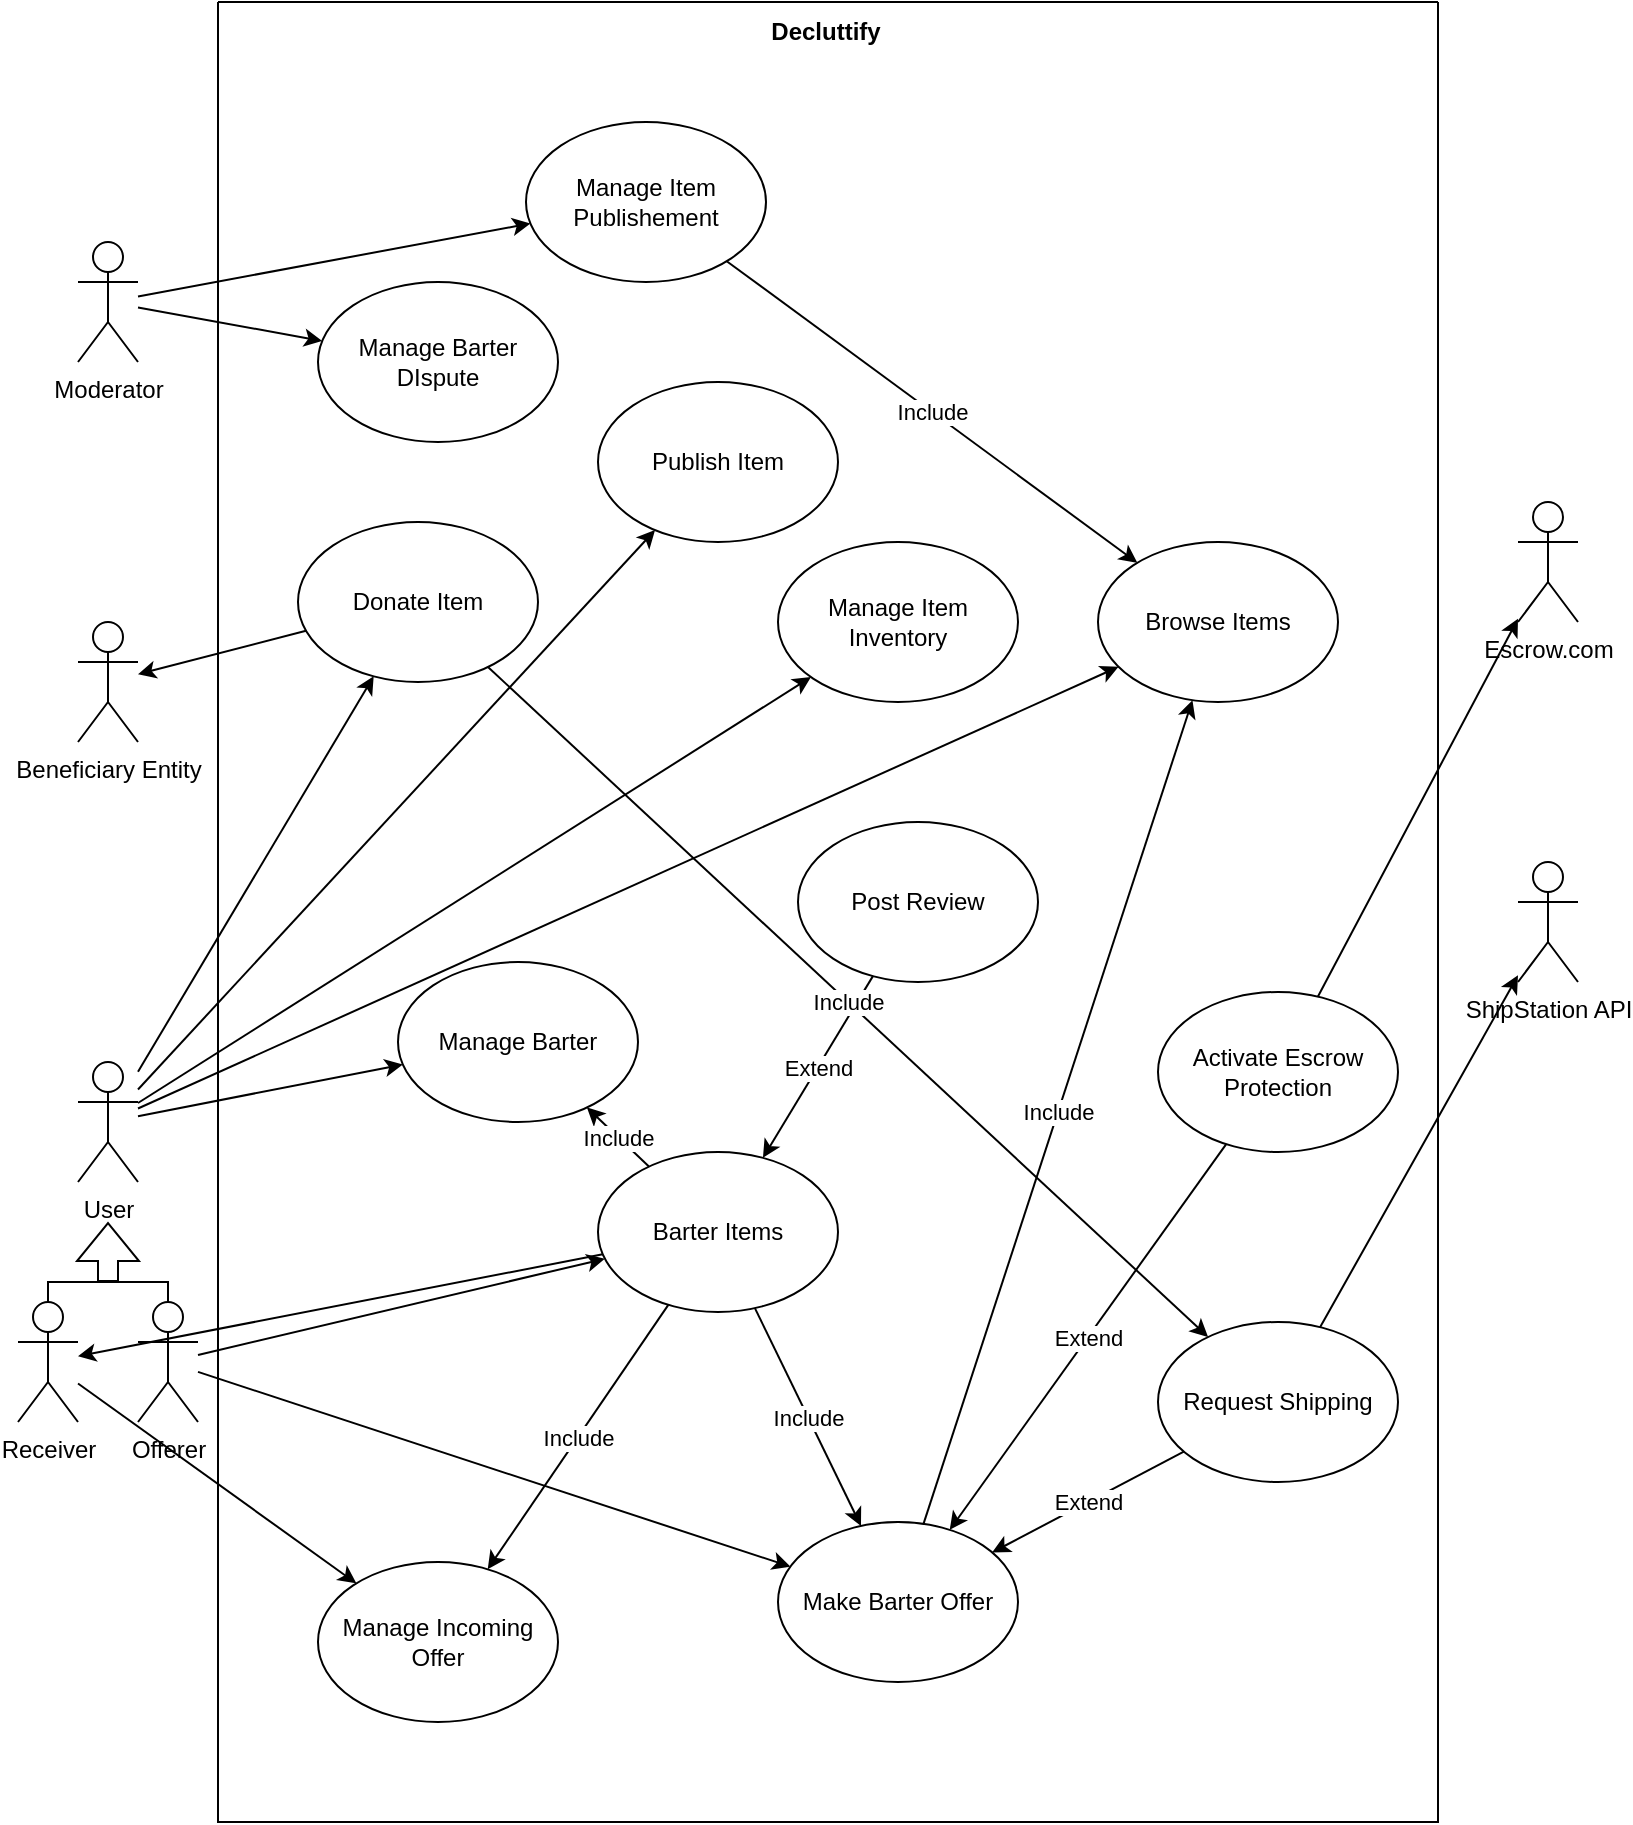
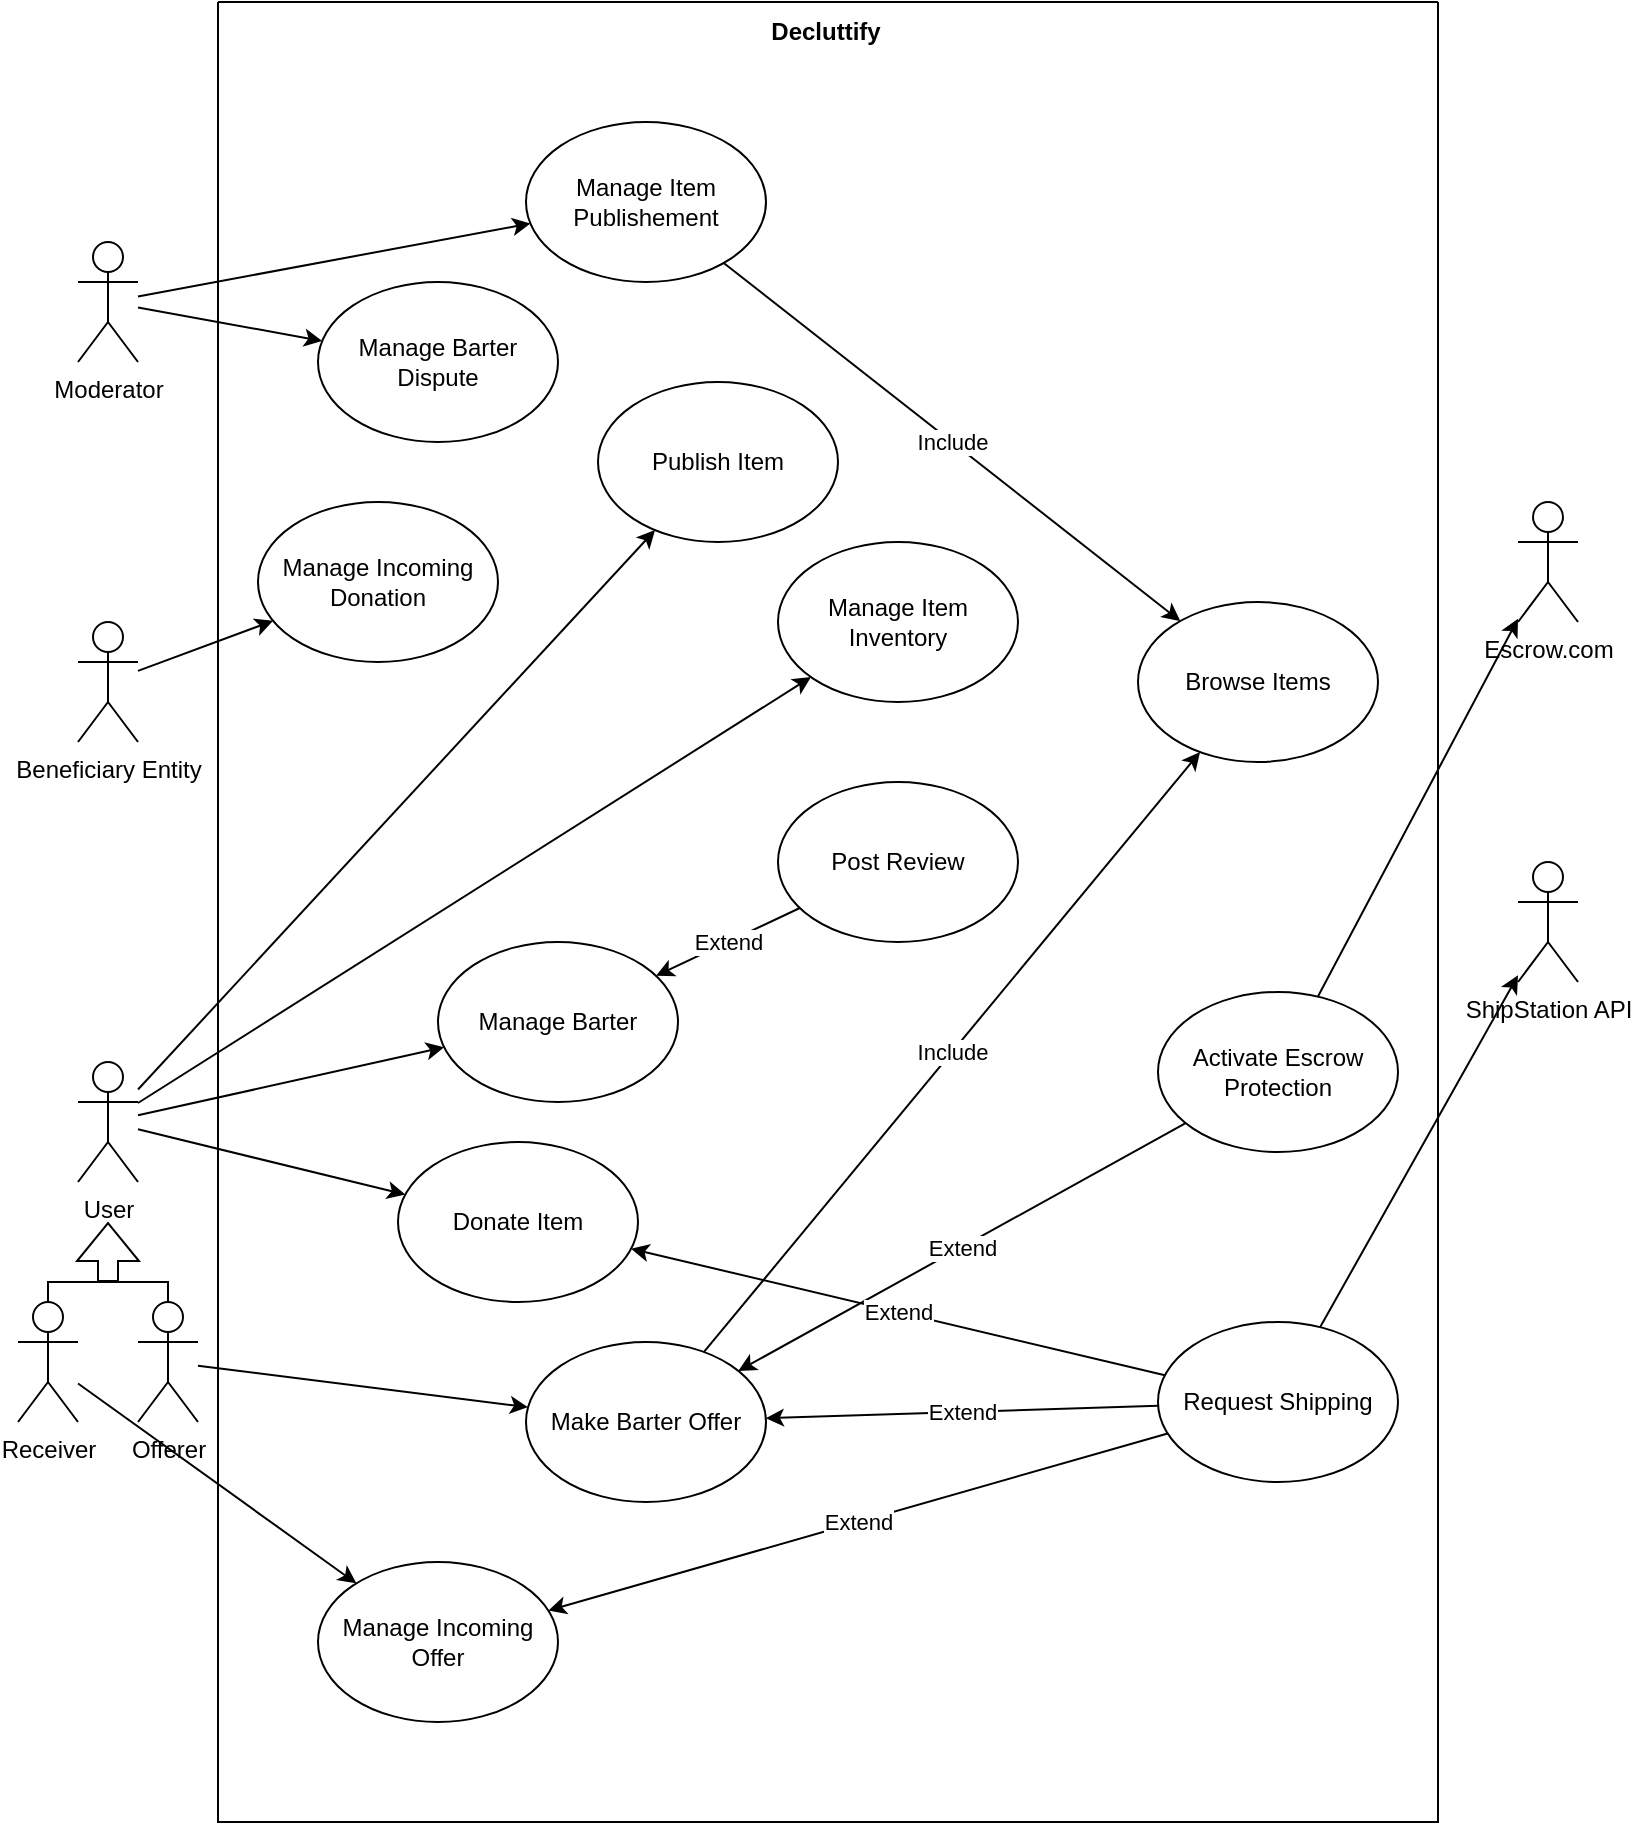
<mxfile host="app.diagrams.net">
  <diagram name="Pagina-1" id="lBEZxqTGqjM1sgic3xvy">
    <mxGraphModel dx="2000" dy="1138" grid="1" gridSize="10" guides="1" tooltips="1" connect="1" arrows="1" fold="1" page="1" pageScale="1" pageWidth="827" pageHeight="1169" math="0" shadow="0">
      <root>
        <mxCell id="0" />
        <mxCell id="1" parent="0" />
        <mxCell id="J09ckFeXd-orHBUEzoB2-1" parent="1" style="swimlane;startSize=0;" value="" vertex="1">
          <mxGeometry height="910" width="610" x="110" y="140" as="geometry" />
        </mxCell>
        <mxCell id="J09ckFeXd-orHBUEzoB2-2" parent="J09ckFeXd-orHBUEzoB2-1" style="text;html=1;whiteSpace=wrap;strokeColor=none;fillColor=none;align=center;verticalAlign=middle;rounded=0;" value="&lt;b&gt;Decluttify&lt;/b&gt;" vertex="1">
          <mxGeometry height="30" width="60" x="274" as="geometry" />
        </mxCell>
-         <mxCell id="J09ckFeXd-orHBUEzoB2-8" parent="J09ckFeXd-orHBUEzoB2-1" style="ellipse;whiteSpace=wrap;html=1;" value="Barter Items" vertex="1">
-           <mxGeometry height="80" width="120" x="190" y="575" as="geometry" />
-         </mxCell>
        <mxCell id="J09ckFeXd-orHBUEzoB2-9" parent="J09ckFeXd-orHBUEzoB2-1" style="ellipse;whiteSpace=wrap;html=1;" value="Publish Item" vertex="1">
          <mxGeometry height="80" width="120" x="190" y="190" as="geometry" />
        </mxCell>
        <mxCell id="J09ckFeXd-orHBUEzoB2-18" parent="J09ckFeXd-orHBUEzoB2-1" style="ellipse;whiteSpace=wrap;html=1;" value="Request Shipping" vertex="1">
          <mxGeometry height="80" width="120" x="470" y="660" as="geometry" />
        </mxCell>
        <mxCell id="J09ckFeXd-orHBUEzoB2-12" parent="J09ckFeXd-orHBUEzoB2-1" style="ellipse;whiteSpace=wrap;html=1;" value="Activate Escrow Protection" vertex="1">
          <mxGeometry height="80" width="120" x="470" y="495" as="geometry" />
        </mxCell>
        <mxCell id="J09ckFeXd-orHBUEzoB2-29" parent="J09ckFeXd-orHBUEzoB2-1" style="ellipse;whiteSpace=wrap;html=1;" value="Donate Item" vertex="1">
-           <mxGeometry height="80" width="120" x="40" y="260" as="geometry" />
+           <mxGeometry height="80" width="120" x="90" y="570" as="geometry" />
        </mxCell>
        <mxCell id="J09ckFeXd-orHBUEzoB2-31" parent="J09ckFeXd-orHBUEzoB2-1" style="ellipse;whiteSpace=wrap;html=1;" value="Manage Item Inventory" vertex="1">
          <mxGeometry height="80" width="120" x="280" y="270" as="geometry" />
        </mxCell>
        <mxCell id="J09ckFeXd-orHBUEzoB2-11" parent="J09ckFeXd-orHBUEzoB2-1" style="ellipse;whiteSpace=wrap;html=1;" value="Make Barter Offer" vertex="1">
-           <mxGeometry height="80" width="120" x="280" y="760" as="geometry" />
+           <mxGeometry height="80" width="120" x="154" y="670" as="geometry" />
        </mxCell>
        <mxCell id="J09ckFeXd-orHBUEzoB2-32" parent="J09ckFeXd-orHBUEzoB2-1" style="ellipse;whiteSpace=wrap;html=1;" value="Manage Barter" vertex="1">
-           <mxGeometry height="80" width="120" x="90" y="480" as="geometry" />
+           <mxGeometry height="80" width="120" x="110" y="470" as="geometry" />
        </mxCell>
        <mxCell id="J09ckFeXd-orHBUEzoB2-19" parent="J09ckFeXd-orHBUEzoB2-1" style="ellipse;whiteSpace=wrap;html=1;" value="Browse Items" vertex="1">
-           <mxGeometry height="80" width="120" x="440" y="270" as="geometry" />
+           <mxGeometry height="80" width="120" x="460" y="300" as="geometry" />
        </mxCell>
        <mxCell id="J09ckFeXd-orHBUEzoB2-49" edge="1" parent="J09ckFeXd-orHBUEzoB2-1" source="J09ckFeXd-orHBUEzoB2-17" style="endArrow=classic;html=1;rounded=0;" target="J09ckFeXd-orHBUEzoB2-19" value="">
          <mxGeometry relative="1" as="geometry">
            <mxPoint x="60" y="500" as="sourcePoint" />
            <mxPoint x="160" y="500" as="targetPoint" />
          </mxGeometry>
        </mxCell>
        <mxCell id="J09ckFeXd-orHBUEzoB2-50" connectable="0" parent="J09ckFeXd-orHBUEzoB2-49" style="edgeLabel;resizable=0;html=1;;align=center;verticalAlign=middle;" value="Include" vertex="1">
          <mxGeometry relative="1" as="geometry" />
        </mxCell>
        <mxCell id="J09ckFeXd-orHBUEzoB2-54" edge="1" parent="J09ckFeXd-orHBUEzoB2-1" source="J09ckFeXd-orHBUEzoB2-11" style="endArrow=classic;html=1;rounded=0;" target="J09ckFeXd-orHBUEzoB2-19" value="">
          <mxGeometry relative="1" as="geometry">
            <mxPoint x="330" y="852" as="sourcePoint" />
            <mxPoint x="400" y="680" as="targetPoint" />
          </mxGeometry>
        </mxCell>
        <mxCell id="J09ckFeXd-orHBUEzoB2-55" connectable="0" parent="J09ckFeXd-orHBUEzoB2-54" style="edgeLabel;resizable=0;html=1;;align=center;verticalAlign=middle;" value="Include" vertex="1">
          <mxGeometry relative="1" as="geometry" />
        </mxCell>
-         <mxCell id="J09ckFeXd-orHBUEzoB2-56" edge="1" parent="J09ckFeXd-orHBUEzoB2-1" source="J09ckFeXd-orHBUEzoB2-8" style="endArrow=classic;html=1;rounded=0;" target="J09ckFeXd-orHBUEzoB2-11" value="">
-           <mxGeometry relative="1" as="geometry">
-             <mxPoint x="280" y="912" as="sourcePoint" />
-             <mxPoint x="350" y="740" as="targetPoint" />
-           </mxGeometry>
-         </mxCell>
-         <mxCell id="J09ckFeXd-orHBUEzoB2-57" connectable="0" parent="J09ckFeXd-orHBUEzoB2-56" style="edgeLabel;resizable=0;html=1;;align=center;verticalAlign=middle;" value="Include" vertex="1">
-           <mxGeometry relative="1" as="geometry" />
-         </mxCell>
        <mxCell id="J09ckFeXd-orHBUEzoB2-58" edge="1" parent="J09ckFeXd-orHBUEzoB2-1" source="J09ckFeXd-orHBUEzoB2-12" style="endArrow=classic;html=1;rounded=0;" target="J09ckFeXd-orHBUEzoB2-11" value="">
          <mxGeometry relative="1" as="geometry">
            <mxPoint x="350" y="962" as="sourcePoint" />
            <mxPoint x="420" y="790" as="targetPoint" />
          </mxGeometry>
        </mxCell>
        <mxCell id="J09ckFeXd-orHBUEzoB2-59" connectable="0" parent="J09ckFeXd-orHBUEzoB2-58" style="edgeLabel;resizable=0;html=1;;align=center;verticalAlign=middle;" value="Extend" vertex="1">
          <mxGeometry relative="1" as="geometry" />
        </mxCell>
        <mxCell id="J09ckFeXd-orHBUEzoB2-61" edge="1" parent="J09ckFeXd-orHBUEzoB2-1" source="J09ckFeXd-orHBUEzoB2-18" style="endArrow=classic;html=1;rounded=0;" target="J09ckFeXd-orHBUEzoB2-11" value="">
          <mxGeometry relative="1" as="geometry">
            <mxPoint x="340" y="862" as="sourcePoint" />
            <mxPoint x="410" y="690" as="targetPoint" />
          </mxGeometry>
        </mxCell>
        <mxCell id="J09ckFeXd-orHBUEzoB2-62" connectable="0" parent="J09ckFeXd-orHBUEzoB2-61" style="edgeLabel;resizable=0;html=1;;align=center;verticalAlign=middle;" value="Extend" vertex="1">
          <mxGeometry relative="1" as="geometry" />
        </mxCell>
        <mxCell id="J09ckFeXd-orHBUEzoB2-63" parent="J09ckFeXd-orHBUEzoB2-1" style="ellipse;whiteSpace=wrap;html=1;" value="Post Review" vertex="1">
-           <mxGeometry height="80" width="120" x="290" y="410" as="geometry" />
-         </mxCell>
-         <mxCell id="J09ckFeXd-orHBUEzoB2-64" edge="1" parent="J09ckFeXd-orHBUEzoB2-1" source="J09ckFeXd-orHBUEzoB2-63" style="endArrow=classic;html=1;rounded=0;" target="J09ckFeXd-orHBUEzoB2-8" value="">
+           <mxGeometry height="80" width="120" x="280" y="390" as="geometry" />
+         </mxCell>
+         <mxCell id="J09ckFeXd-orHBUEzoB2-64" edge="1" parent="J09ckFeXd-orHBUEzoB2-1" source="J09ckFeXd-orHBUEzoB2-63" style="endArrow=classic;html=1;rounded=0;" target="J09ckFeXd-orHBUEzoB2-32" value="">
          <mxGeometry relative="1" as="geometry">
            <mxPoint x="414" y="818" as="sourcePoint" />
-             <mxPoint x="330" y="770" as="targetPoint" />
+             <mxPoint x="272.47707366301483" y="577.9128284560256" as="targetPoint" />
          </mxGeometry>
        </mxCell>
        <mxCell id="J09ckFeXd-orHBUEzoB2-65" connectable="0" parent="J09ckFeXd-orHBUEzoB2-64" style="edgeLabel;resizable=0;html=1;;align=center;verticalAlign=middle;" value="Extend" vertex="1">
-           <mxGeometry relative="1" as="geometry" />
-         </mxCell>
-         <mxCell id="J09ckFeXd-orHBUEzoB2-66" edge="1" parent="J09ckFeXd-orHBUEzoB2-1" source="J09ckFeXd-orHBUEzoB2-8" style="endArrow=classic;html=1;rounded=0;" target="J09ckFeXd-orHBUEzoB2-32" value="">
-           <mxGeometry relative="1" as="geometry">
-             <mxPoint x="310" y="710" as="sourcePoint" />
-             <mxPoint x="313" y="920" as="targetPoint" />
-           </mxGeometry>
-         </mxCell>
-         <mxCell id="J09ckFeXd-orHBUEzoB2-67" connectable="0" parent="J09ckFeXd-orHBUEzoB2-66" style="edgeLabel;resizable=0;html=1;;align=center;verticalAlign=middle;" value="Include" vertex="1">
          <mxGeometry relative="1" as="geometry" />
        </mxCell>
        <mxCell id="J09ckFeXd-orHBUEzoB2-17" parent="J09ckFeXd-orHBUEzoB2-1" style="ellipse;whiteSpace=wrap;html=1;" value="Manage Item Publishement" vertex="1">
          <mxGeometry height="80" width="120" x="154" y="60" as="geometry" />
        </mxCell>
-         <mxCell id="J09ckFeXd-orHBUEzoB2-119" parent="J09ckFeXd-orHBUEzoB2-1" style="ellipse;whiteSpace=wrap;html=1;" value="Manage Barter DIspute" vertex="1">
+         <mxCell id="J09ckFeXd-orHBUEzoB2-119" parent="J09ckFeXd-orHBUEzoB2-1" style="ellipse;whiteSpace=wrap;html=1;" value="Manage Barter Dispute" vertex="1">
          <mxGeometry height="80" width="120" x="50" y="140" as="geometry" />
-         </mxCell>
-         <mxCell id="J09ckFeXd-orHBUEzoB2-123" edge="1" parent="J09ckFeXd-orHBUEzoB2-1" source="J09ckFeXd-orHBUEzoB2-29" style="endArrow=classic;html=1;rounded=0;" target="J09ckFeXd-orHBUEzoB2-18" value="">
-           <mxGeometry relative="1" as="geometry">
-             <mxPoint x="370" y="842" as="sourcePoint" />
-             <mxPoint x="504" y="430" as="targetPoint" />
-           </mxGeometry>
-         </mxCell>
-         <mxCell id="J09ckFeXd-orHBUEzoB2-124" connectable="0" parent="J09ckFeXd-orHBUEzoB2-123" style="edgeLabel;resizable=0;html=1;;align=center;verticalAlign=middle;" value="Include" vertex="1">
-           <mxGeometry relative="1" as="geometry" />
        </mxCell>
        <mxCell id="J09ckFeXd-orHBUEzoB2-125" parent="J09ckFeXd-orHBUEzoB2-1" style="ellipse;whiteSpace=wrap;html=1;" value="Manage Incoming Offer" vertex="1">
          <mxGeometry height="80" width="120" x="50" y="780" as="geometry" />
        </mxCell>
-         <mxCell id="J09ckFeXd-orHBUEzoB2-128" edge="1" parent="J09ckFeXd-orHBUEzoB2-1" source="J09ckFeXd-orHBUEzoB2-8" style="endArrow=classic;html=1;rounded=0;" target="J09ckFeXd-orHBUEzoB2-125" value="">
-           <mxGeometry relative="1" as="geometry">
-             <mxPoint x="243" y="820" as="sourcePoint" />
-             <mxPoint x="220" y="1080" as="targetPoint" />
-           </mxGeometry>
-         </mxCell>
-         <mxCell id="J09ckFeXd-orHBUEzoB2-129" connectable="0" parent="J09ckFeXd-orHBUEzoB2-128" style="edgeLabel;resizable=0;html=1;;align=center;verticalAlign=middle;" value="Include" vertex="1">
-           <mxGeometry relative="1" as="geometry" />
+         <mxCell id="J09ckFeXd-orHBUEzoB2-130" edge="1" parent="J09ckFeXd-orHBUEzoB2-1" source="J09ckFeXd-orHBUEzoB2-18" style="endArrow=classic;html=1;rounded=0;" target="J09ckFeXd-orHBUEzoB2-29" value="">
+           <mxGeometry relative="1" as="geometry">
+             <mxPoint x="606" y="790" as="sourcePoint" />
+             <mxPoint x="410" y="903" as="targetPoint" />
+           </mxGeometry>
+         </mxCell>
+         <mxCell id="J09ckFeXd-orHBUEzoB2-131" connectable="0" parent="J09ckFeXd-orHBUEzoB2-130" style="edgeLabel;resizable=0;html=1;;align=center;verticalAlign=middle;" value="Extend" vertex="1">
+           <mxGeometry relative="1" as="geometry" />
+         </mxCell>
+         <mxCell id="J09ckFeXd-orHBUEzoB2-132" edge="1" parent="J09ckFeXd-orHBUEzoB2-1" source="J09ckFeXd-orHBUEzoB2-18" style="endArrow=classic;html=1;rounded=0;" target="J09ckFeXd-orHBUEzoB2-125" value="">
+           <mxGeometry relative="1" as="geometry">
+             <mxPoint x="566" y="810" as="sourcePoint" />
+             <mxPoint x="400" y="810" as="targetPoint" />
+           </mxGeometry>
+         </mxCell>
+         <mxCell id="J09ckFeXd-orHBUEzoB2-133" connectable="0" parent="J09ckFeXd-orHBUEzoB2-132" style="edgeLabel;resizable=0;html=1;;align=center;verticalAlign=middle;" value="Extend" vertex="1">
+           <mxGeometry relative="1" as="geometry" />
+         </mxCell>
+         <mxCell id="J09ckFeXd-orHBUEzoB2-134" parent="J09ckFeXd-orHBUEzoB2-1" style="ellipse;whiteSpace=wrap;html=1;" value="Manage Incoming Donation" vertex="1">
+           <mxGeometry height="80" width="120" x="20" y="250" as="geometry" />
        </mxCell>
        <mxCell id="J09ckFeXd-orHBUEzoB2-3" parent="1" style="shape=umlActor;verticalLabelPosition=bottom;verticalAlign=top;html=1;outlineConnect=0;" value="User" vertex="1">
          <mxGeometry height="60" width="30" x="40" y="670" as="geometry" />
        </mxCell>
        <mxCell id="J09ckFeXd-orHBUEzoB2-4" parent="1" style="shape=umlActor;verticalLabelPosition=bottom;verticalAlign=top;html=1;outlineConnect=0;" value="Receiver" vertex="1">
          <mxGeometry height="60" width="30" x="10" y="790" as="geometry" />
        </mxCell>
        <mxCell id="J09ckFeXd-orHBUEzoB2-5" parent="1" style="shape=umlActor;verticalLabelPosition=bottom;verticalAlign=top;html=1;outlineConnect=0;" value="Offerer" vertex="1">
          <mxGeometry height="60" width="30" x="70" y="790" as="geometry" />
        </mxCell>
        <mxCell id="J09ckFeXd-orHBUEzoB2-6" edge="1" parent="1" style="shape=flexArrow;endArrow=classic;html=1;rounded=0;" value="">
          <mxGeometry height="50" relative="1" width="50" as="geometry">
            <mxPoint x="55" y="780" as="sourcePoint" />
            <mxPoint x="55" y="750" as="targetPoint" />
          </mxGeometry>
        </mxCell>
        <mxCell id="J09ckFeXd-orHBUEzoB2-7" edge="1" parent="1" source="J09ckFeXd-orHBUEzoB2-4" style="endArrow=none;html=1;rounded=0;" target="J09ckFeXd-orHBUEzoB2-5" value="">
          <mxGeometry height="50" relative="1" width="50" as="geometry">
            <Array as="points">
              <mxPoint x="25" y="780" />
              <mxPoint x="60" y="780" />
              <mxPoint x="85" y="780" />
            </Array>
            <mxPoint x="30" y="780" as="sourcePoint" />
            <mxPoint x="80" y="780" as="targetPoint" />
          </mxGeometry>
        </mxCell>
        <mxCell id="J09ckFeXd-orHBUEzoB2-13" parent="1" style="shape=umlActor;verticalLabelPosition=bottom;verticalAlign=top;html=1;outlineConnect=0;" value="Escrow.com" vertex="1">
          <mxGeometry height="60" width="30" x="760" y="390" as="geometry" />
        </mxCell>
        <mxCell id="J09ckFeXd-orHBUEzoB2-14" parent="1" style="shape=umlActor;verticalLabelPosition=bottom;verticalAlign=top;html=1;outlineConnect=0;" value="ShipStation API" vertex="1">
          <mxGeometry height="60" width="30" x="760" y="570" as="geometry" />
        </mxCell>
        <mxCell id="J09ckFeXd-orHBUEzoB2-16" parent="1" style="shape=umlActor;verticalLabelPosition=bottom;verticalAlign=top;html=1;outlineConnect=0;" value="Beneficiary Entity" vertex="1">
          <mxGeometry height="60" width="30" x="40" y="450" as="geometry" />
        </mxCell>
-         <mxCell id="J09ckFeXd-orHBUEzoB2-35" edge="1" parent="1" source="J09ckFeXd-orHBUEzoB2-5" style="endArrow=classic;html=1;rounded=0;" target="J09ckFeXd-orHBUEzoB2-8" value="">
-           <mxGeometry height="50" relative="1" width="50" as="geometry">
-             <mxPoint x="190" y="670" as="sourcePoint" />
-             <mxPoint x="240" y="620" as="targetPoint" />
-           </mxGeometry>
-         </mxCell>
-         <mxCell id="J09ckFeXd-orHBUEzoB2-40" edge="1" parent="1" source="J09ckFeXd-orHBUEzoB2-3" style="endArrow=classic;html=1;rounded=0;" target="J09ckFeXd-orHBUEzoB2-19" value="">
-           <mxGeometry height="50" relative="1" width="50" as="geometry">
-             <mxPoint x="190" y="670" as="sourcePoint" />
-             <mxPoint x="240" y="620" as="targetPoint" />
-           </mxGeometry>
-         </mxCell>
        <mxCell id="J09ckFeXd-orHBUEzoB2-41" edge="1" parent="1" source="J09ckFeXd-orHBUEzoB2-3" style="endArrow=classic;html=1;rounded=0;" target="J09ckFeXd-orHBUEzoB2-9" value="">
          <mxGeometry height="50" relative="1" width="50" as="geometry">
            <mxPoint x="190" y="670" as="sourcePoint" />
            <mxPoint x="240" y="620" as="targetPoint" />
          </mxGeometry>
        </mxCell>
        <mxCell id="J09ckFeXd-orHBUEzoB2-42" edge="1" parent="1" source="J09ckFeXd-orHBUEzoB2-3" style="endArrow=classic;html=1;rounded=0;" target="J09ckFeXd-orHBUEzoB2-31" value="">
          <mxGeometry height="50" relative="1" width="50" as="geometry">
            <mxPoint x="190" y="670" as="sourcePoint" />
            <mxPoint x="240" y="620" as="targetPoint" />
          </mxGeometry>
        </mxCell>
        <mxCell id="J09ckFeXd-orHBUEzoB2-43" edge="1" parent="1" source="J09ckFeXd-orHBUEzoB2-5" style="endArrow=classic;html=1;rounded=0;" target="J09ckFeXd-orHBUEzoB2-11" value="">
          <mxGeometry height="50" relative="1" width="50" as="geometry">
            <mxPoint x="190" y="670" as="sourcePoint" />
            <mxPoint x="240" y="620" as="targetPoint" />
          </mxGeometry>
        </mxCell>
        <mxCell id="J09ckFeXd-orHBUEzoB2-45" edge="1" parent="1" source="J09ckFeXd-orHBUEzoB2-3" style="endArrow=classic;html=1;rounded=0;" target="J09ckFeXd-orHBUEzoB2-32" value="">
          <mxGeometry height="50" relative="1" width="50" as="geometry">
            <mxPoint x="190" y="670" as="sourcePoint" />
            <mxPoint x="240" y="620" as="targetPoint" />
          </mxGeometry>
        </mxCell>
        <mxCell id="J09ckFeXd-orHBUEzoB2-47" edge="1" parent="1" source="J09ckFeXd-orHBUEzoB2-3" style="endArrow=classic;html=1;rounded=0;" target="J09ckFeXd-orHBUEzoB2-29" value="">
          <mxGeometry height="50" relative="1" width="50" as="geometry">
            <mxPoint x="190" y="670" as="sourcePoint" />
            <mxPoint x="240" y="620" as="targetPoint" />
          </mxGeometry>
        </mxCell>
        <mxCell id="J09ckFeXd-orHBUEzoB2-15" parent="1" style="shape=umlActor;verticalLabelPosition=bottom;verticalAlign=top;html=1;outlineConnect=0;" value="Moderator" vertex="1">
          <mxGeometry height="60" width="30" x="40" y="260" as="geometry" />
        </mxCell>
        <mxCell id="J09ckFeXd-orHBUEzoB2-38" edge="1" parent="1" source="J09ckFeXd-orHBUEzoB2-15" style="endArrow=classic;html=1;rounded=0;" target="J09ckFeXd-orHBUEzoB2-17" value="">
          <mxGeometry height="50" relative="1" width="50" as="geometry">
            <mxPoint x="190" y="240" as="sourcePoint" />
            <mxPoint x="240" y="190" as="targetPoint" />
          </mxGeometry>
        </mxCell>
        <mxCell id="J09ckFeXd-orHBUEzoB2-117" edge="1" parent="1" source="J09ckFeXd-orHBUEzoB2-18" style="endArrow=classic;html=1;rounded=0;" target="J09ckFeXd-orHBUEzoB2-14" value="">
          <mxGeometry height="50" relative="1" width="50" as="geometry">
            <mxPoint x="620" y="940" as="sourcePoint" />
            <mxPoint x="916" y="1037" as="targetPoint" />
          </mxGeometry>
        </mxCell>
        <mxCell id="J09ckFeXd-orHBUEzoB2-118" edge="1" parent="1" source="J09ckFeXd-orHBUEzoB2-12" style="endArrow=classic;html=1;rounded=0;" target="J09ckFeXd-orHBUEzoB2-13" value="">
          <mxGeometry height="50" relative="1" width="50" as="geometry">
            <mxPoint x="190" y="950" as="sourcePoint" />
            <mxPoint x="486" y="1047" as="targetPoint" />
          </mxGeometry>
        </mxCell>
        <mxCell id="J09ckFeXd-orHBUEzoB2-120" edge="1" parent="1" source="J09ckFeXd-orHBUEzoB2-15" style="endArrow=classic;html=1;rounded=0;" target="J09ckFeXd-orHBUEzoB2-119" value="">
          <mxGeometry height="50" relative="1" width="50" as="geometry">
            <mxPoint x="190" y="366" as="sourcePoint" />
            <mxPoint x="386" y="330" as="targetPoint" />
          </mxGeometry>
        </mxCell>
-         <mxCell id="J09ckFeXd-orHBUEzoB2-121" edge="1" parent="1" source="J09ckFeXd-orHBUEzoB2-29" style="endArrow=classic;html=1;rounded=0;" target="J09ckFeXd-orHBUEzoB2-16" value="">
-           <mxGeometry height="50" relative="1" width="50" as="geometry">
-             <mxPoint x="130" y="698" as="sourcePoint" />
-             <mxPoint x="248" y="500" as="targetPoint" />
-           </mxGeometry>
-         </mxCell>
        <mxCell id="J09ckFeXd-orHBUEzoB2-126" edge="1" parent="1" source="J09ckFeXd-orHBUEzoB2-4" style="endArrow=classic;html=1;rounded=0;" target="J09ckFeXd-orHBUEzoB2-125" value="">
          <mxGeometry height="50" relative="1" width="50" as="geometry">
            <mxPoint x="124" y="970" as="sourcePoint" />
            <mxPoint x="40" y="992" as="targetPoint" />
          </mxGeometry>
        </mxCell>
-         <mxCell id="J09ckFeXd-orHBUEzoB2-127" edge="1" parent="1" source="J09ckFeXd-orHBUEzoB2-8" style="endArrow=classic;html=1;rounded=0;" target="J09ckFeXd-orHBUEzoB2-4" value="">
-           <mxGeometry height="50" relative="1" width="50" as="geometry">
-             <mxPoint x="170" y="890" as="sourcePoint" />
-             <mxPoint x="309" y="990" as="targetPoint" />
+         <mxCell id="J09ckFeXd-orHBUEzoB2-135" edge="1" parent="1" source="J09ckFeXd-orHBUEzoB2-16" style="endArrow=classic;html=1;rounded=0;" target="J09ckFeXd-orHBUEzoB2-134" value="">
+           <mxGeometry height="50" relative="1" width="50" as="geometry">
+             <mxPoint x="140" y="523" as="sourcePoint" />
+             <mxPoint x="271" y="510" as="targetPoint" />
          </mxGeometry>
        </mxCell>
      </root>
    </mxGraphModel>
  </diagram>
</mxfile>
